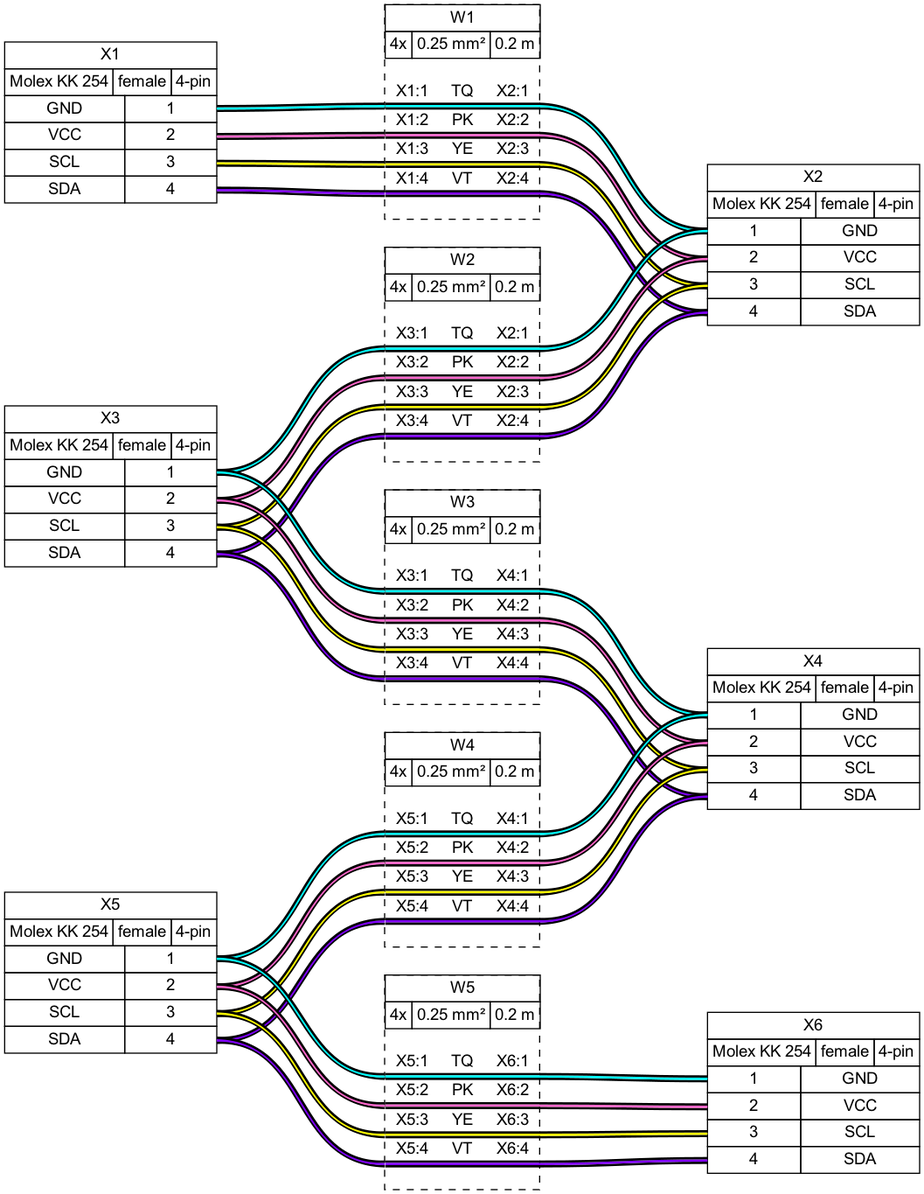
The Graphviz diagram tutorial/tutorial07.png in wireviz/WireViz, before a commit. Its source is kept beside it as tutorial/tutorial07.gv.
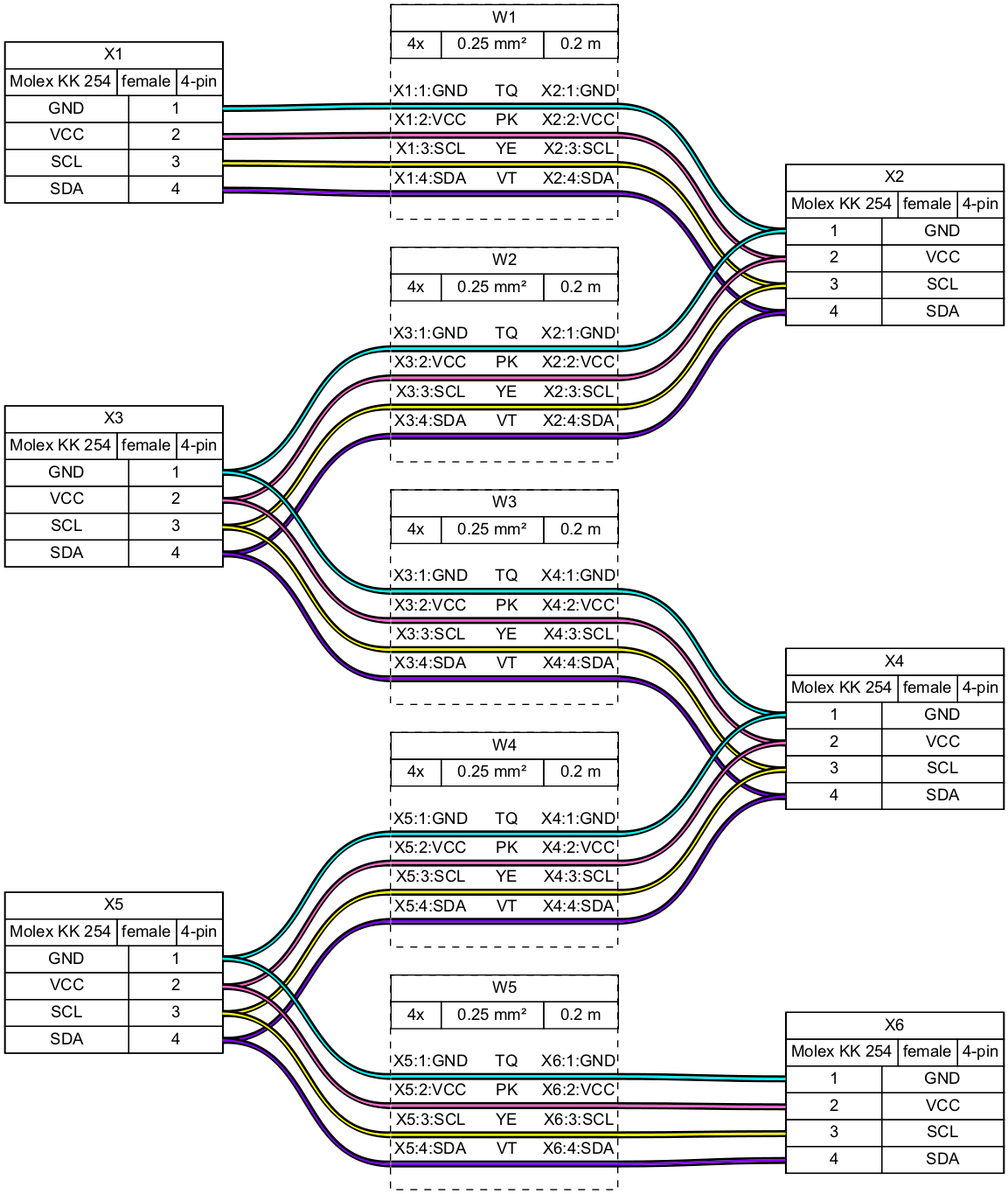
After the commit.

What changed in the source:
```diff
@@ -1,6 +1,6 @@
 graph {
-	graph [bgcolor=white fontname=arial nodesep=0.33 rankdir=LR ranksep=2]
-	node [fillcolor=white fontname=arial shape=record style=filled]
+	graph [bgcolor="#FFFFFF" fontname=arial nodesep=0.33 rankdir=LR ranksep=2]
+	node [fillcolor="#FFFFFF" fontname=arial height=0 margin=0 shape=none style=filled width=0]
 	edge [fontname=arial style=bold]
 	X1 [label=<
 <table border="0" cellspacing="0" cellpadding="0">
@@ -37,7 +37,7 @@
   </table>
  </td></tr>
 </table>
-> fillcolor=white margin=0 shape=none style=filled]
+> fillcolor="#FFFFFF" shape=box style=filled]
 	X2 [label=<
 <table border="0" cellspacing="0" cellpadding="0">
  <tr><td>
@@ -73,7 +73,7 @@
   </table>
  </td></tr>
 </table>
-> fillcolor=white margin=0 shape=none style=filled]
+> fillcolor="#FFFFFF" shape=box style=filled]
 	X3 [label=<
 <table border="0" cellspacing="0" cellpadding="0">
  <tr><td>
@@ -109,7 +109,7 @@
   </table>
  </td></tr>
 </table>
-> fillcolor=white margin=0 shape=none style=filled]
+> fillcolor="#FFFFFF" shape=box style=filled]
 	X4 [label=<
 <table border="0" cellspacing="0" cellpadding="0">
  <tr><td>
@@ -145,7 +145,7 @@
   </table>
  </td></tr>
 </table>
-> fillcolor=white margin=0 shape=none style=filled]
+> fillcolor="#FFFFFF" shape=box style=filled]
 	X5 [label=<
 <table border="0" cellspacing="0" cellpadding="0">
  <tr><td>
@@ -181,7 +181,7 @@
   </table>
  </td></tr>
 </table>
-> fillcolor=white margin=0 shape=none style=filled]
+> fillcolor="#FFFFFF" shape=box style=filled]
 	X6 [label=<
 <table border="0" cellspacing="0" cellpadding="0">
  <tr><td>
@@ -217,7 +217,7 @@
   </table>
  </td></tr>
 </table>
-> fillcolor=white margin=0 shape=none style=filled]
+> fillcolor="#FFFFFF" shape=box style=filled]
 	edge [color="#000000:#00ffff:#000000"]
 	X1:p1r:e -- W1:w1:w
 	W1:w1:e -- X2:p1l:w
@@ -248,9 +248,11 @@
   <table border="0" cellspacing="0" cellborder="0">
    <tr><td>&nbsp;</td></tr>
    <tr>
-    <td>X1:1</td>
-    <td>TQ</td>
-    <td>X2:1</td>
+    <td>X1:1:GND</td>
+    <td>
+     TQ
+    </td>
+    <td>X2:1:GND</td>
    </tr>
    <tr>
     <td colspan="3" border="0" cellspacing="0" cellpadding="0" port="w1" height="6">
@@ -262,9 +264,11 @@
     </td>
    </tr>
    <tr>
-    <td>X1:2</td>
-    <td>PK</td>
-    <td>X2:2</td>
+    <td>X1:2:VCC</td>
+    <td>
+     PK
+    </td>
+    <td>X2:2:VCC</td>
    </tr>
    <tr>
     <td colspan="3" border="0" cellspacing="0" cellpadding="0" port="w2" height="6">
@@ -276,9 +280,11 @@
     </td>
    </tr>
    <tr>
-    <td>X1:3</td>
-    <td>YE</td>
-    <td>X2:3</td>
+    <td>X1:3:SCL</td>
+    <td>
+     YE
+    </td>
+    <td>X2:3:SCL</td>
    </tr>
    <tr>
     <td colspan="3" border="0" cellspacing="0" cellpadding="0" port="w3" height="6">
@@ -290,9 +296,11 @@
     </td>
    </tr>
    <tr>
-    <td>X1:4</td>
-    <td>VT</td>
-    <td>X2:4</td>
+    <td>X1:4:SDA</td>
+    <td>
+     VT
+    </td>
+    <td>X2:4:SDA</td>
    </tr>
    <tr>
     <td colspan="3" border="0" cellspacing="0" cellpadding="0" port="w4" height="6">
@@ -307,7 +315,7 @@
   </table>
  </td></tr>
 </table>
-> fillcolor=white margin=0 shape=box style="filled,dashed"]
+> fillcolor="#FFFFFF" shape=box style="filled,dashed"]
 	edge [color="#000000:#00ffff:#000000"]
 	X3:p1r:e -- W2:w1:w
 	W2:w1:e -- X2:p1l:w
@@ -338,9 +346,11 @@
   <table border="0" cellspacing="0" cellborder="0">
    <tr><td>&nbsp;</td></tr>
    <tr>
-    <td>X3:1</td>
-    <td>TQ</td>
-    <td>X2:1</td>
+    <td>X3:1:GND</td>
+    <td>
+     TQ
+    </td>
+    <td>X2:1:GND</td>
    </tr>
    <tr>
     <td colspan="3" border="0" cellspacing="0" cellpadding="0" port="w1" height="6">
@@ -352,9 +362,11 @@
     </td>
    </tr>
    <tr>
-    <td>X3:2</td>
-    <td>PK</td>
-    <td>X2:2</td>
+    <td>X3:2:VCC</td>
+    <td>
+     PK
+    </td>
+    <td>X2:2:VCC</td>
    </tr>
    <tr>
     <td colspan="3" border="0" cellspacing="0" cellpadding="0" port="w2" height="6">
@@ -366,9 +378,11 @@
     </td>
    </tr>
    <tr>
-    <td>X3:3</td>
-    <td>YE</td>
-    <td>X2:3</td>
+    <td>X3:3:SCL</td>
+    <td>
+     YE
+    </td>
+    <td>X2:3:SCL</td>
    </tr>
    <tr>
     <td colspan="3" border="0" cellspacing="0" cellpadding="0" port="w3" height="6">
@@ -380,9 +394,11 @@
     </td>
    </tr>
    <tr>
-    <td>X3:4</td>
-    <td>VT</td>
-    <td>X2:4</td>
+    <td>X3:4:SDA</td>
+    <td>
+     VT
+    </td>
+    <td>X2:4:SDA</td>
    </tr>
    <tr>
     <td colspan="3" border="0" cellspacing="0" cellpadding="0" port="w4" height="6">
@@ -397,7 +413,7 @@
   </table>
  </td></tr>
 </table>
-> fillcolor=white margin=0 shape=box style="filled,dashed"]
+> fillcolor="#FFFFFF" shape=box style="filled,dashed"]
 	edge [color="#000000:#00ffff:#000000"]
 	X3:p1r:e -- W3:w1:w
 	W3:w1:e -- X4:p1l:w
@@ -428,9 +444,11 @@
   <table border="0" cellspacing="0" cellborder="0">
    <tr><td>&nbsp;</td></tr>
    <tr>
-    <td>X3:1</td>
-    <td>TQ</td>
-    <td>X4:1</td>
+    <td>X3:1:GND</td>
+    <td>
+     TQ
+    </td>
+    <td>X4:1:GND</td>
    </tr>
    <tr>
     <td colspan="3" border="0" cellspacing="0" cellpadding="0" port="w1" height="6">
@@ -442,9 +460,11 @@
     </td>
    </tr>
    <tr>
-    <td>X3:2</td>
-    <td>PK</td>
-    <td>X4:2</td>
+    <td>X3:2:VCC</td>
+    <td>
+     PK
+    </td>
+    <td>X4:2:VCC</td>
    </tr>
    <tr>
     <td colspan="3" border="0" cellspacing="0" cellpadding="0" port="w2" height="6">
@@ -456,9 +476,11 @@
     </td>
    </tr>
    <tr>
-    <td>X3:3</td>
-    <td>YE</td>
-    <td>X4:3</td>
+    <td>X3:3:SCL</td>
+    <td>
+     YE
+    </td>
+    <td>X4:3:SCL</td>
    </tr>
    <tr>
     <td colspan="3" border="0" cellspacing="0" cellpadding="0" port="w3" height="6">
@@ -470,9 +492,11 @@
     </td>
    </tr>
    <tr>
-    <td>X3:4</td>
-    <td>VT</td>
-    <td>X4:4</td>
+    <td>X3:4:SDA</td>
+    <td>
+     VT
+    </td>
+    <td>X4:4:SDA</td>
    </tr>
    <tr>
     <td colspan="3" border="0" cellspacing="0" cellpadding="0" port="w4" height="6">
@@ -487,7 +511,7 @@
   </table>
  </td></tr>
 </table>
-> fillcolor=white margin=0 shape=box style="filled,dashed"]
+> fillcolor="#FFFFFF" shape=box style="filled,dashed"]
 	edge [color="#000000:#00ffff:#000000"]
 	X5:p1r:e -- W4:w1:w
 	W4:w1:e -- X4:p1l:w
@@ -518,9 +542,11 @@
   <table border="0" cellspacing="0" cellborder="0">
    <tr><td>&nbsp;</td></tr>
    <tr>
-    <td>X5:1</td>
-    <td>TQ</td>
-    <td>X4:1</td>
+    <td>X5:1:GND</td>
+    <td>
+     TQ
+    </td>
+    <td>X4:1:GND</td>
    </tr>
    <tr>
     <td colspan="3" border="0" cellspacing="0" cellpadding="0" port="w1" height="6">
@@ -532,9 +558,11 @@
     </td>
    </tr>
    <tr>
-    <td>X5:2</td>
-    <td>PK</td>
-    <td>X4:2</td>
+    <td>X5:2:VCC</td>
+    <td>
+     PK
+    </td>
+    <td>X4:2:VCC</td>
    </tr>
    <tr>
     <td colspan="3" border="0" cellspacing="0" cellpadding="0" port="w2" height="6">
@@ -546,9 +574,11 @@
     </td>
    </tr>
    <tr>
-    <td>X5:3</td>
-    <td>YE</td>
-    <td>X4:3</td>
+    <td>X5:3:SCL</td>
+    <td>
+     YE
+    </td>
+    <td>X4:3:SCL</td>
    </tr>
    <tr>
     <td colspan="3" border="0" cellspacing="0" cellpadding="0" port="w3" height="6">
@@ -560,9 +590,11 @@
     </td>
    </tr>
    <tr>
-    <td>X5:4</td>
-    <td>VT</td>
-    <td>X4:4</td>
+    <td>X5:4:SDA</td>
+    <td>
+     VT
+    </td>
+    <td>X4:4:SDA</td>
    </tr>
    <tr>
     <td colspan="3" border="0" cellspacing="0" cellpadding="0" port="w4" height="6">
@@ -577,7 +609,7 @@
   </table>
  </td></tr>
 </table>
-> fillcolor=white margin=0 shape=box style="filled,dashed"]
+> fillcolor="#FFFFFF" shape=box style="filled,dashed"]
 	edge [color="#000000:#00ffff:#000000"]
 	X5:p1r:e -- W5:w1:w
 	W5:w1:e -- X6:p1l:w
@@ -608,9 +640,11 @@
   <table border="0" cellspacing="0" cellborder="0">
    <tr><td>&nbsp;</td></tr>
    <tr>
-    <td>X5:1</td>
-    <td>TQ</td>
-    <td>X6:1</td>
+    <td>X5:1:GND</td>
+    <td>
+     TQ
+    </td>
+    <td>X6:1:GND</td>
    </tr>
    <tr>
     <td colspan="3" border="0" cellspacing="0" cellpadding="0" port="w1" height="6">
@@ -622,9 +656,11 @@
     </td>
    </tr>
    <tr>
-    <td>X5:2</td>
-    <td>PK</td>
-    <td>X6:2</td>
+    <td>X5:2:VCC</td>
+    <td>
+     PK
+    </td>
+    <td>X6:2:VCC</td>
    </tr>
    <tr>
     <td colspan="3" border="0" cellspacing="0" cellpadding="0" port="w2" height="6">
@@ -636,9 +672,11 @@
     </td>
    </tr>
    <tr>
-    <td>X5:3</td>
-    <td>YE</td>
-    <td>X6:3</td>
+    <td>X5:3:SCL</td>
+    <td>
+     YE
+    </td>
+    <td>X6:3:SCL</td>
    </tr>
    <tr>
     <td colspan="3" border="0" cellspacing="0" cellpadding="0" port="w3" height="6">
@@ -650,9 +688,11 @@
     </td>
    </tr>
    <tr>
-    <td>X5:4</td>
-    <td>VT</td>
-    <td>X6:4</td>
+    <td>X5:4:SDA</td>
+    <td>
+     VT
+    </td>
+    <td>X6:4:SDA</td>
    </tr>
    <tr>
     <td colspan="3" border="0" cellspacing="0" cellpadding="0" port="w4" height="6">
@@ -667,5 +707,5 @@
   </table>
  </td></tr>
 </table>
-> fillcolor=white margin=0 shape=box style="filled,dashed"]
+> fillcolor="#FFFFFF" shape=box style="filled,dashed"]
 }
```
